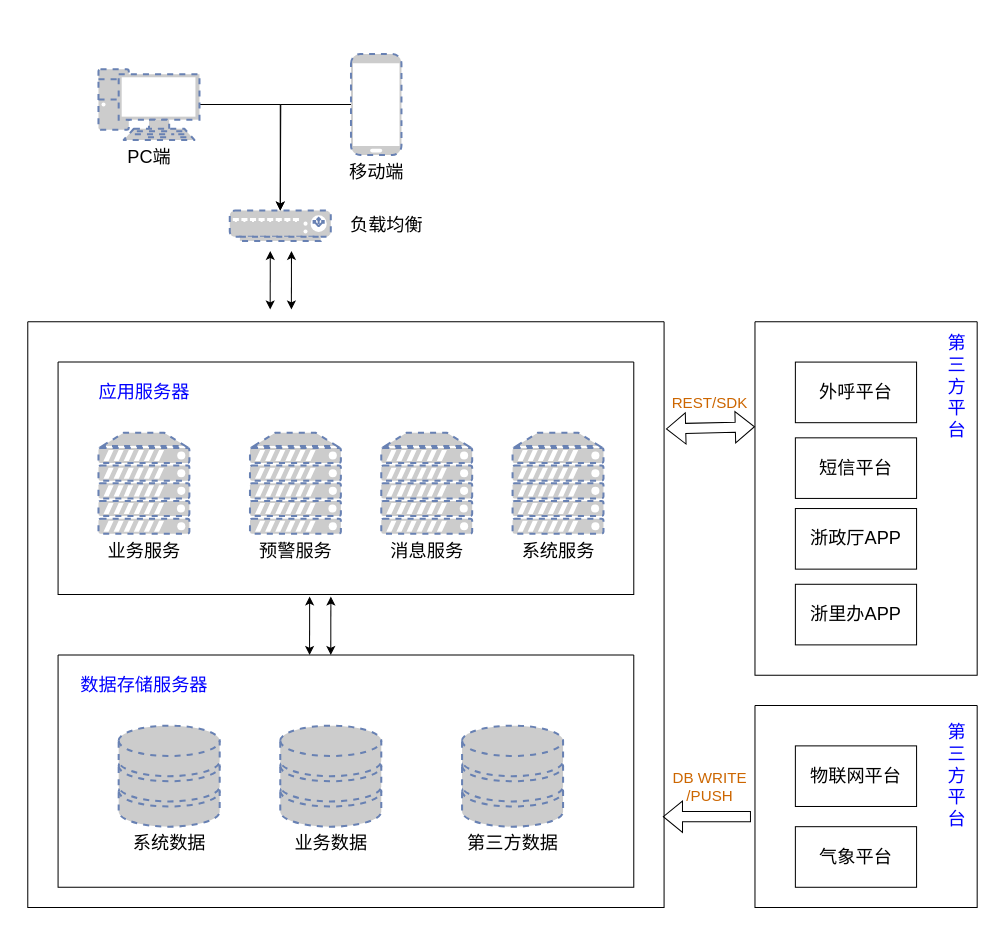
Before: 柯城地灾部署.drawio in shoacom/docs, a draw.io diagram. Source tidied: cells renumbered, new cells numbered last; positions are measured from the earlier drawing's top-left corner, leaving out a move shared by most shapes. Both pictures are drawn from the tidied source at 101%, with x=0, y=0 at pixel (27, 54).
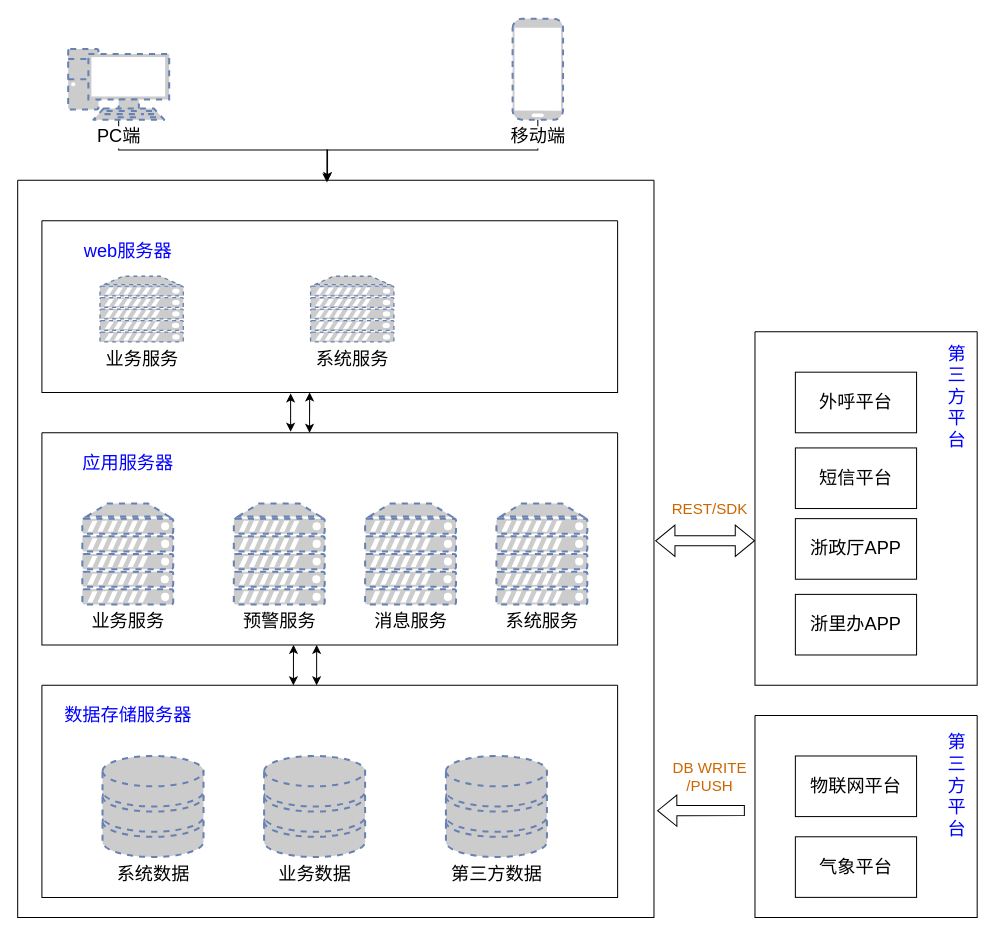
The same page after the edit.

Commit message (it also covers changes not shown here):
Update 柯城地灾部署.drawio

Diff of the diagram source:
```diff
@@
     <mxCell id="2" style="swimlane;startSize=0;labelBackgroundColor=default;fontSize=22;fontColor=default;strokeColor=default;fillColor=default;" parent="1" vertex="1">
-      <mxGeometry x="720" y="265" width="220" height="350" as="geometry" />
+      <mxGeometry x="720" y="275" width="220" height="350" as="geometry" />
     </mxCell>
@@
     <mxCell id="8" style="swimlane;startSize=0;labelBackgroundColor=default;fontSize=18;fontColor=default;strokeColor=default;fillColor=default;" parent="1" vertex="1">
-      <mxGeometry y="265" width="630" height="580" as="geometry" />
+      <mxGeometry x="-10" y="125" width="630" height="730" as="geometry" />
     </mxCell>
     <mxCell id="9" style="swimlane;startSize=0;labelBackgroundColor=default;fontSize=18;fontColor=default;strokeColor=default;fillColor=default;" parent="8" vertex="1">
-      <mxGeometry x="30" y="330" width="570" height="230" as="geometry" />
+      <mxGeometry x="24" y="500" width="570" height="210" as="geometry" />
     </mxCell>
@@
     <mxCell id="14" style="swimlane;startSize=0;labelBackgroundColor=default;fontSize=18;fontColor=default;strokeColor=default;fillColor=default;" parent="8" vertex="1">
-      <mxGeometry x="30" y="40" width="570" height="230" as="geometry" />
+      <mxGeometry x="24" y="250" width="570" height="210" as="geometry" />
     </mxCell>
@@
-    <mxCell id="20" style="endArrow=classic;startArrow=classic;html=1;rounded=0;labelBackgroundColor=default;fontSize=18;fontColor=default;strokeColor=default;entryX=0.437;entryY=1.009;entryDx=0;entryDy=0;entryPerimeter=0;" parent="8" edge="1" target="14">
+    <mxCell id="20" style="endArrow=classic;startArrow=classic;html=1;rounded=0;labelBackgroundColor=default;fontSize=18;fontColor=default;strokeColor=default;entryX=0.437;entryY=1;entryDx=0;entryDy=0;entryPerimeter=0;fillColor=default;" parent="8" edge="1" target="14">
       <mxGeometry relative="1" as="geometry">
-        <mxPoint x="279" y="330" as="sourcePoint" />
+        <mxPoint x="273" y="500" as="sourcePoint" />
       </mxGeometry>
     </mxCell>
-    <mxCell id="21" style="endArrow=classic;startArrow=classic;html=1;rounded=0;labelBackgroundColor=default;fontSize=18;fontColor=default;strokeColor=default;entryX=0.437;entryY=1.009;entryDx=0;entryDy=0;entryPerimeter=0;" parent="8" edge="1">
+    <mxCell id="21" style="endArrow=classic;startArrow=classic;html=1;rounded=0;labelBackgroundColor=default;fontSize=18;fontColor=default;strokeColor=default;fillColor=default;" parent="8" edge="1">
       <mxGeometry relative="1" as="geometry">
-        <mxPoint x="300" y="330" as="sourcePoint" />
-        <mxPoint x="300.1" y="272.1" as="targetPoint" />
+        <mxPoint x="296" y="500" as="sourcePoint" />
+        <mxPoint x="296" y="460" as="targetPoint" />
       </mxGeometry>
     </mxCell>
+    <mxCell id="38" style="swimlane;startSize=0;labelBackgroundColor=default;fontSize=18;fontColor=default;strokeColor=default;fillColor=default;" parent="8" vertex="1">
+      <mxGeometry x="24" y="40" width="570" height="170" as="geometry" />
+    </mxCell>
+    <mxCell id="39" value="&lt;font style=&quot;font-size: 18px&quot;&gt;web服务器&lt;/font&gt;" style="text;html=1;align=center;verticalAlign=middle;strokeColor=none;fillColor=none;fontSize=18;fontColor=#0000FF;" parent="38" vertex="1">
+      <mxGeometry x="35" y="15" width="100" height="30" as="geometry" />
+    </mxCell>
+    <mxCell id="40" value="业务服务" style="fontColor=#000000;verticalAlign=top;verticalLabelPosition=bottom;labelPosition=center;align=center;html=1;fillColor=#CCCCCC;strokeColor=#6881B3;gradientColor=none;gradientDirection=north;strokeWidth=2;shape=mxgraph.networks.server;dashed=1;labelBackgroundColor=default;fontSize=18;" parent="38" vertex="1">
+      <mxGeometry x="57.5" y="55" width="82.5" height="65" as="geometry" />
+    </mxCell>
+    <mxCell id="41" value="系统服务" style="fontColor=#000000;verticalAlign=top;verticalLabelPosition=bottom;labelPosition=center;align=center;html=1;fillColor=#CCCCCC;strokeColor=#6881B3;gradientColor=none;gradientDirection=north;strokeWidth=2;shape=mxgraph.networks.server;dashed=1;labelBackgroundColor=default;fontSize=18;" parent="38" vertex="1">
+      <mxGeometry x="266" y="55" width="82.5" height="65" as="geometry" />
+    </mxCell>
+    <mxCell id="42" style="endArrow=classic;startArrow=classic;html=1;rounded=0;labelBackgroundColor=default;fontSize=18;fontColor=default;strokeColor=default;fillColor=default;exitX=0.432;exitY=-0.005;exitDx=0;exitDy=0;exitPerimeter=0;entryX=0.432;entryY=1.006;entryDx=0;entryDy=0;entryPerimeter=0;" parent="8" edge="1" source="14" target="38">
+      <mxGeometry relative="1" as="geometry" />
+    </mxCell>
+    <mxCell id="43" style="endArrow=classic;startArrow=classic;html=1;rounded=0;labelBackgroundColor=default;fontSize=18;fontColor=default;strokeColor=default;fillColor=default;entryX=0.465;entryY=1;entryDx=0;entryDy=0;entryPerimeter=0;" parent="8" edge="1" target="38">
+      <mxGeometry relative="1" as="geometry">
+        <mxPoint x="289" y="250" as="sourcePoint" />
+      </mxGeometry>
+    </mxCell>
-    <mxCell id="22" style="shape=flexArrow;endArrow=classic;startArrow=classic;html=1;rounded=0;fontSize=18;fontColor=default;strokeColor=default;labelBackgroundColor=default;exitX=1.003;exitY=0.183;exitDx=0;exitDy=0;exitPerimeter=0;" parent="1" edge="1" source="8">
-      <mxGeometry relative="1" as="geometry">
-        <mxPoint x="720" y="369" as="targetPoint" />
-      </mxGeometry>
+    <mxCell id="22" style="shape=flexArrow;endArrow=classic;startArrow=classic;html=1;rounded=0;fontSize=18;fontColor=default;strokeColor=default;labelBackgroundColor=default;exitX=1.002;exitY=0.489;exitDx=0;exitDy=0;entryX=0;entryY=0.591;entryDx=0;entryDy=0;entryPerimeter=0;exitPerimeter=0;" parent="1" edge="1" source="8" target="2">
+      <mxGeometry relative="1" as="geometry" />
     </mxCell>
     <mxCell id="23" value="REST/SDK" style="text;html=1;align=center;verticalAlign=middle;strokeColor=none;fillColor=none;fontSize=15;fontColor=#CC6600;" parent="1" vertex="1">
-      <mxGeometry x="630" y="335" width="90" height="20" as="geometry" />
+      <mxGeometry x="630" y="440" width="90" height="20" as="geometry" />
     </mxCell>
     <mxCell id="24" style="swimlane;startSize=0;labelBackgroundColor=default;fontSize=22;fontColor=default;strokeColor=default;fillColor=default;" parent="1" vertex="1">
-      <mxGeometry x="720" y="645" width="220" height="200" as="geometry" />
+      <mxGeometry x="720" y="655" width="220" height="200" as="geometry" />
     </mxCell>
@@
-    <mxCell id="28" style="fontColor=#000000;verticalAlign=top;verticalLabelPosition=bottom;labelPosition=center;align=center;html=1;outlineConnect=0;fillColor=#CCCCCC;strokeColor=#6881B3;gradientColor=none;gradientDirection=north;strokeWidth=2;shape=mxgraph.networks.load_balancer;dashed=1;labelBackgroundColor=default;fontSize=18;" parent="1" vertex="1">
-      <mxGeometry x="200" y="155" width="100" height="30" as="geometry" />
-    </mxCell>
-    <mxCell id="29" style="edgeStyle=orthogonalEdgeStyle;rounded=0;jettySize=auto;html=1;labelBackgroundColor=default;fontSize=18;fontColor=default;strokeColor=default;entryX=0.5;entryY=0;entryDx=0;entryDy=0;entryPerimeter=0;" parent="1" edge="1" source="30" target="28">
-      <mxGeometry relative="1" as="geometry" />
-    </mxCell>
+    <mxCell id="44" style="edgeStyle=orthogonalEdgeStyle;rounded=0;jettySize=auto;html=1;labelBackgroundColor=default;fontSize=18;fontColor=default;strokeColor=default;fillColor=default;entryX=0.487;entryY=0.001;entryDx=0;entryDy=0;entryPerimeter=0;" parent="1" edge="1" source="30" target="8">
+      <mxGeometry relative="1" as="geometry" />
+    </mxCell>
     <mxCell id="30" value="PC端" style="fontColor=#000000;verticalAlign=top;verticalLabelPosition=bottom;labelPosition=center;align=center;html=1;outlineConnect=0;fillColor=#CCCCCC;strokeColor=#6881B3;gradientColor=none;gradientDirection=north;strokeWidth=2;shape=mxgraph.networks.pc;dashed=1;labelBackgroundColor=default;fontSize=18;" parent="1" vertex="1">
-      <mxGeometry x="70" y="15" width="100" height="70" as="geometry" />
+      <mxGeometry x="40" y="-5" width="100" height="70" as="geometry" />
     </mxCell>
-    <mxCell id="31" style="edgeStyle=orthogonalEdgeStyle;rounded=0;jettySize=auto;html=1;labelBackgroundColor=default;fontSize=18;fontColor=default;strokeColor=default;" parent="1" edge="1" source="32">
-      <mxGeometry relative="1" as="geometry">
-        <mxPoint x="250" y="155" as="targetPoint" />
-      </mxGeometry>
-    </mxCell>
+    <mxCell id="45" style="edgeStyle=orthogonalEdgeStyle;rounded=0;jettySize=auto;html=1;labelBackgroundColor=default;fontSize=18;fontColor=default;strokeColor=default;fillColor=default;entryX=0.486;entryY=0.003;entryDx=0;entryDy=0;entryPerimeter=0;" parent="1" edge="1" source="32" target="8">
+      <mxGeometry relative="1" as="geometry" />
+    </mxCell>
     <mxCell id="32" value="移动端" style="fontColor=#000000;verticalAlign=top;verticalLabelPosition=bottom;labelPosition=center;align=center;html=1;outlineConnect=0;fillColor=#CCCCCC;strokeColor=#6881B3;gradientColor=none;gradientDirection=north;strokeWidth=2;shape=mxgraph.networks.mobile;dashed=1;labelBackgroundColor=default;fontSize=18;" parent="1" vertex="1">
-      <mxGeometry x="320" width="50" height="100" as="geometry" />
+      <mxGeometry x="480" y="-35" width="50" height="100" as="geometry" />
     </mxCell>
-    <mxCell id="33" style="shape=flexArrow;endArrow=classic;html=1;rounded=0;labelBackgroundColor=default;fontSize=18;fontColor=default;strokeColor=default;exitX=-0.018;exitY=0.55;exitDx=0;exitDy=0;exitPerimeter=0;entryX=0.998;entryY=0.845;entryDx=0;entryDy=0;entryPerimeter=0;" parent="1" edge="1" source="24" target="8">
-      <mxGeometry relative="1" as="geometry" />
+    <mxCell id="33" style="shape=flexArrow;endArrow=classic;html=1;rounded=0;labelBackgroundColor=default;fontSize=18;fontColor=default;strokeColor=default;entryX=1.005;entryY=0.855;entryDx=0;entryDy=0;entryPerimeter=0;" parent="1" edge="1" target="8">
+      <mxGeometry relative="1" as="geometry">
+        <mxPoint x="710" y="749" as="sourcePoint" />
+      </mxGeometry>
     </mxCell>
     <mxCell id="34" value="DB WRITE&lt;br&gt;/PUSH" style="text;html=1;align=center;verticalAlign=middle;strokeColor=none;fillColor=none;fontSize=15;fontColor=#CC6600;" parent="1" vertex="1">
-      <mxGeometry x="630" y="705" width="90" height="40" as="geometry" />
+      <mxGeometry x="630" y="695" width="90" height="40" as="geometry" />
     </mxCell>
-    <mxCell id="35" style="endArrow=classic;startArrow=classic;html=1;rounded=0;labelBackgroundColor=default;fontSize=18;fontColor=default;strokeColor=default;entryX=0.437;entryY=1.009;entryDx=0;entryDy=0;entryPerimeter=0;" parent="1" edge="1">
-      <mxGeometry relative="1" as="geometry">
-        <mxPoint x="240" y="252.9" as="sourcePoint" />
-        <mxPoint x="240.1" y="195" as="targetPoint" />
-      </mxGeometry>
-    </mxCell>
-    <mxCell id="36" style="endArrow=classic;startArrow=classic;html=1;rounded=0;labelBackgroundColor=default;fontSize=18;fontColor=default;strokeColor=default;entryX=0.437;entryY=1.009;entryDx=0;entryDy=0;entryPerimeter=0;" parent="1" edge="1">
-      <mxGeometry relative="1" as="geometry">
-        <mxPoint x="261" y="252.9" as="sourcePoint" />
-        <mxPoint x="261.1" y="195" as="targetPoint" />
-      </mxGeometry>
-    </mxCell>
-    <mxCell id="37" value="负载均衡" style="text;html=1;align=center;verticalAlign=middle;strokeColor=none;fillColor=none;fontSize=18;fontColor=default;" parent="1" vertex="1">
-      <mxGeometry x="310" y="155" width="90" height="30" as="geometry" />
-    </mxCell>
```
